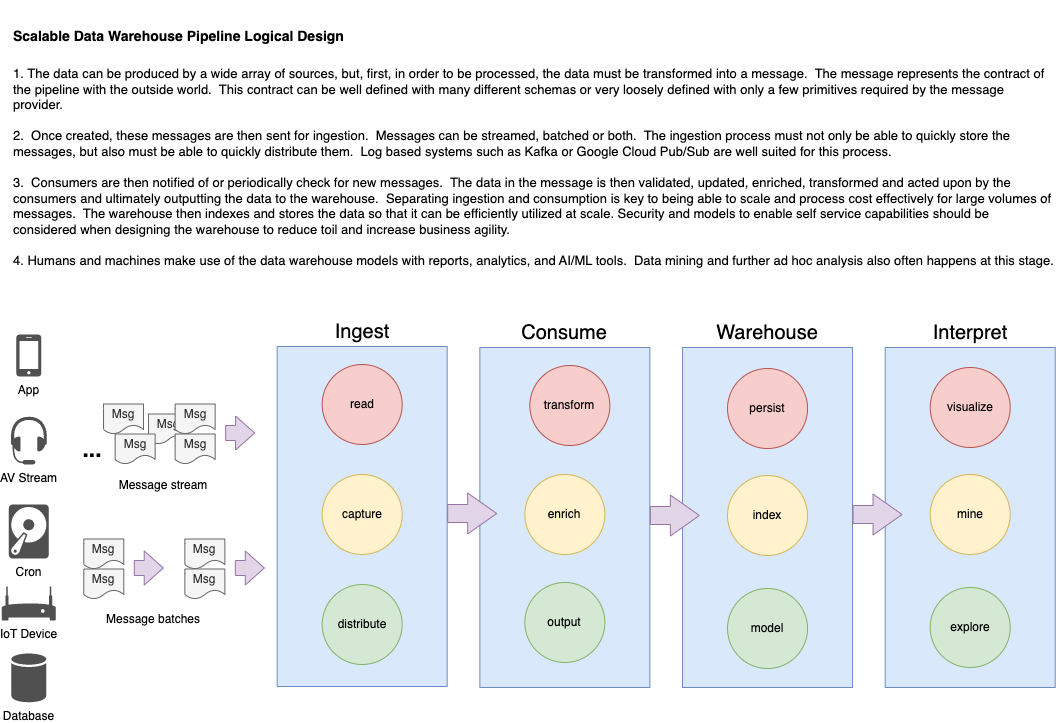
Earlier version of the draw.io export message-oriented-architecture/Scalable Data Warehouse Pipeline Logical Design.png (wstueve/ai-ml). Source tidied: cells renumbered, new cells last; positions are measured from the earlier drawing's top-left corner, leaving out a move shared by most shapes.
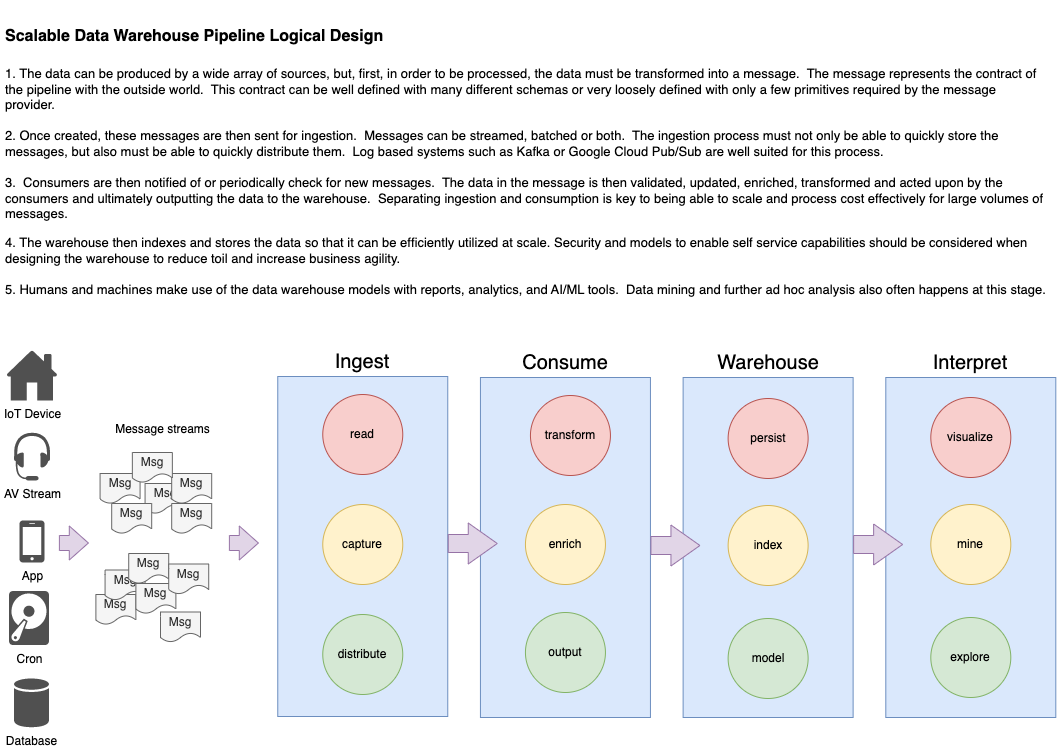
The same file after the commit.

Diff of the diagram source:
```diff
@@ -3,142 +3,139 @@
     <mxCell id="0" />
     <mxCell id="1" parent="0" />
     <mxCell id="2" value="Consume" style="rounded=0;whiteSpace=wrap;html=1;fillColor=#dae8fc;strokeColor=#6c8ebf;labelPosition=center;verticalLabelPosition=top;align=center;verticalAlign=bottom;fontStyle=0;fontSize=20;" parent="1" vertex="1">
-      <mxGeometry x="478.4" y="337" width="170" height="340" as="geometry" />
+      <mxGeometry x="481.9" y="367" width="170" height="340" as="geometry" />
     </mxCell>
     <mxCell id="3" value="Warehouse" style="rounded=0;whiteSpace=wrap;html=1;fillColor=#dae8fc;strokeColor=#6c8ebf;labelPosition=center;verticalLabelPosition=top;align=center;verticalAlign=bottom;fontStyle=0;fontSize=20;" parent="1" vertex="1">
-      <mxGeometry x="681" y="337" width="170" height="340" as="geometry" />
+      <mxGeometry x="684.6" y="367" width="170" height="340" as="geometry" />
     </mxCell>
     <mxCell id="4" value="Interpret" style="rounded=0;whiteSpace=wrap;html=1;fillColor=#dae8fc;strokeColor=#6c8ebf;labelPosition=center;verticalLabelPosition=top;align=center;verticalAlign=bottom;fontStyle=0;fontSize=20;" parent="1" vertex="1">
-      <mxGeometry x="883.7" y="337" width="170" height="340" as="geometry" />
+      <mxGeometry x="887.3" y="367" width="170" height="340" as="geometry" />
     </mxCell>
     <mxCell id="5" value="Ingest" style="rounded=0;whiteSpace=wrap;html=1;fillColor=#dae8fc;strokeColor=#6c8ebf;labelPosition=center;verticalLabelPosition=top;align=center;verticalAlign=bottom;fontStyle=0;fontSize=20;" parent="1" vertex="1">
-      <mxGeometry x="275.7" y="336" width="170" height="340" as="geometry" />
+      <mxGeometry x="279.3" y="366" width="170" height="340" as="geometry" />
     </mxCell>
     <mxCell id="6" value="read" style="ellipse;whiteSpace=wrap;html=1;fillColor=#f8cecc;strokeColor=#b85450;" parent="1" vertex="1">
-      <mxGeometry x="320.7" y="354" width="80" height="80" as="geometry" />
+      <mxGeometry x="324.3" y="384" width="80" height="80" as="geometry" />
     </mxCell>
     <mxCell id="7" value="capture" style="ellipse;whiteSpace=wrap;html=1;fillColor=#fff2cc;strokeColor=#d6b656;" parent="1" vertex="1">
-      <mxGeometry x="320.7" y="464" width="80" height="80" as="geometry" />
+      <mxGeometry x="324.3" y="494" width="80" height="80" as="geometry" />
     </mxCell>
     <mxCell id="8" value="distribute" style="ellipse;whiteSpace=wrap;html=1;fillColor=#d5e8d4;strokeColor=#82b366;" parent="1" vertex="1">
-      <mxGeometry x="320.7" y="574" width="80" height="80" as="geometry" />
+      <mxGeometry x="324.3" y="604" width="80" height="80" as="geometry" />
     </mxCell>
-    <mxCell id="9" value="IoT Device" style="sketch=0;shadow=0;dashed=0;html=1;strokeColor=none;fillColor=#505050;labelPosition=center;verticalLabelPosition=bottom;verticalAlign=top;align=center;shape=mxgraph.office.devices.modem;" parent="1" vertex="1">
-      <mxGeometry x="0.3" y="576" width="54" height="34" as="geometry" />
-    </mxCell>
     <mxCell id="10" value="Cron" style="sketch=0;shadow=0;dashed=0;html=1;strokeColor=none;fillColor=#505050;labelPosition=center;verticalLabelPosition=bottom;verticalAlign=top;align=center;shape=mxgraph.office.devices.hard_disk;" parent="1" vertex="1">
-      <mxGeometry x="7.3" y="494" width="40" height="54" as="geometry" />
+      <mxGeometry x="10.5" y="580.5" width="40" height="54" as="geometry" />
     </mxCell>
     <mxCell id="11" value="App" style="sketch=0;shadow=0;dashed=0;html=1;strokeColor=none;fillColor=#505050;labelPosition=center;verticalLabelPosition=bottom;verticalAlign=top;align=center;shape=mxgraph.office.devices.cell_phone_iphone_standalone;" parent="1" vertex="1">
-      <mxGeometry x="14.8" y="324" width="25" height="42" as="geometry" />
+      <mxGeometry x="21" y="510" width="25" height="42" as="geometry" />
     </mxCell>
     <mxCell id="12" value="AV Stream" style="sketch=0;shadow=0;dashed=0;html=1;strokeColor=none;fillColor=#505050;labelPosition=center;verticalLabelPosition=bottom;verticalAlign=top;align=center;shape=mxgraph.office.devices.headset;" parent="1" vertex="1">
-      <mxGeometry x="9.3" y="406" width="36" height="48" as="geometry" />
+      <mxGeometry x="15.5" y="422" width="36" height="48" as="geometry" />
     </mxCell>
     <mxCell id="13" value="transform" style="ellipse;whiteSpace=wrap;html=1;fillColor=#f8cecc;strokeColor=#b85450;" parent="1" vertex="1">
-      <mxGeometry x="528.3" y="355" width="80" height="80" as="geometry" />
+      <mxGeometry x="531.9" y="385" width="80" height="80" as="geometry" />
     </mxCell>
     <mxCell id="14" value="enrich" style="ellipse;whiteSpace=wrap;html=1;fillColor=#fff2cc;strokeColor=#d6b656;" parent="1" vertex="1">
-      <mxGeometry x="523.3" y="464" width="80" height="80" as="geometry" />
+      <mxGeometry x="526.9" y="494" width="80" height="80" as="geometry" />
     </mxCell>
     <mxCell id="15" value="output" style="ellipse;whiteSpace=wrap;html=1;fillColor=#d5e8d4;strokeColor=#82b366;" parent="1" vertex="1">
-      <mxGeometry x="523.3" y="572" width="80" height="80" as="geometry" />
+      <mxGeometry x="526.9" y="602" width="80" height="80" as="geometry" />
     </mxCell>
     <mxCell id="16" value="persist" style="ellipse;whiteSpace=wrap;html=1;fillColor=#f8cecc;strokeColor=#b85450;" parent="1" vertex="1">
-      <mxGeometry x="726" y="358" width="80" height="80" as="geometry" />
+      <mxGeometry x="729.6" y="388" width="80" height="80" as="geometry" />
     </mxCell>
     <mxCell id="17" value="index" style="ellipse;whiteSpace=wrap;html=1;fillColor=#fff2cc;strokeColor=#d6b656;" parent="1" vertex="1">
-      <mxGeometry x="726" y="465" width="80" height="80" as="geometry" />
+      <mxGeometry x="729.6" y="495" width="80" height="80" as="geometry" />
     </mxCell>
     <mxCell id="18" value="model" style="ellipse;whiteSpace=wrap;html=1;fillColor=#d5e8d4;strokeColor=#82b366;" parent="1" vertex="1">
-      <mxGeometry x="726" y="578" width="80" height="80" as="geometry" />
+      <mxGeometry x="729.6" y="608" width="80" height="80" as="geometry" />
     </mxCell>
     <mxCell id="19" value="visualize" style="ellipse;whiteSpace=wrap;html=1;fillColor=#f8cecc;strokeColor=#b85450;" parent="1" vertex="1">
-      <mxGeometry x="928.7" y="357" width="80" height="80" as="geometry" />
+      <mxGeometry x="932.3" y="387" width="80" height="80" as="geometry" />
     </mxCell>
     <mxCell id="20" value="mine" style="ellipse;whiteSpace=wrap;html=1;fillColor=#fff2cc;strokeColor=#d6b656;" parent="1" vertex="1">
-      <mxGeometry x="928.7" y="464" width="80" height="80" as="geometry" />
+      <mxGeometry x="932.3" y="494" width="80" height="80" as="geometry" />
     </mxCell>
     <mxCell id="21" value="explore" style="ellipse;whiteSpace=wrap;html=1;fillColor=#d5e8d4;strokeColor=#82b366;" parent="1" vertex="1">
-      <mxGeometry x="928.7" y="577" width="80" height="80" as="geometry" />
+      <mxGeometry x="932.3" y="607" width="80" height="80" as="geometry" />
     </mxCell>
     <mxCell id="22" value="Database" style="sketch=0;shadow=0;dashed=0;html=1;strokeColor=none;fillColor=#505050;labelPosition=center;verticalLabelPosition=bottom;verticalAlign=top;align=center;shape=mxgraph.office.databases.database;" parent="1" vertex="1">
-      <mxGeometry x="9.8" y="643" width="35" height="49" as="geometry" />
+      <mxGeometry x="15.5" y="668" width="35" height="49" as="geometry" />
     </mxCell>
-    <mxCell id="23" value="&lt;h1 style=&quot;&quot;&gt;&lt;font style=&quot;font-size: 14px;&quot;&gt;Scalable Data Warehouse Pipeline Logical Design&lt;/font&gt;&lt;/h1&gt;&lt;p style=&quot;font-size: 13px;&quot;&gt;1. The data can be produced by a wide array of sources, but, first, in order to be processed, the data must be transformed into a message.&amp;nbsp; The message represents the contract of the pipeline with the outside world.&amp;nbsp; This contract can be well defined with many different schemas or very loosely defined with only a few primitives required by the message provider.&amp;nbsp; &lt;br style=&quot;font-size: 13px;&quot;&gt;&lt;br style=&quot;font-size: 13px;&quot;&gt;2.&amp;nbsp; Once created, these messages are then sent for ingestion.&amp;nbsp; Messages can be streamed, batched or both.&amp;nbsp; The ingestion process must not only be able to quickly store the messages, but also must be able to quickly distribute them.&amp;nbsp; Log based systems such as Kafka or Google Cloud Pub/Sub are well suited for this process.&amp;nbsp; &lt;br style=&quot;font-size: 13px;&quot;&gt;&lt;br style=&quot;font-size: 13px;&quot;&gt;3.&amp;nbsp; Consumers are then notified of or periodically check for new messages.&amp;nbsp; The data in the message is then validated, updated, enriched, transformed and acted upon by the consumers and ultimately outputting the data to the warehouse.&amp;nbsp; Separating ingestion and consumption is key to being able to scale and process cost effectively for large volumes of messages.&amp;nbsp; The warehouse then indexes and stores the data so that it can be efficiently utilized at scale. Security and models to enable self service capabilities should be considered when designing the warehouse to reduce toil and increase business agility.&lt;br style=&quot;font-size: 13px;&quot;&gt;&lt;br style=&quot;font-size: 13px;&quot;&gt;4. Humans and machines make use of the data warehouse models with reports, analytics, and AI/ML tools.&amp;nbsp; Data mining and further ad hoc analysis also often happens at this stage.&lt;br style=&quot;font-size: 13px;&quot;&gt;&lt;/p&gt;" style="text;html=1;strokeColor=none;fillColor=none;spacing=5;spacingTop=-20;whiteSpace=wrap;overflow=hidden;rounded=0;fontSize=13;" parent="1" vertex="1">
-      <mxGeometry x="7.3" width="1050" height="280" as="geometry" />
+    <mxCell id="23" value="&lt;h1 style=&quot;&quot;&gt;&lt;font style=&quot;font-size: 16px;&quot;&gt;Scalable Data Warehouse Pipeline Logical Design&lt;/font&gt;&lt;/h1&gt;&lt;p style=&quot;font-size: 13px;&quot;&gt;1. The data can be produced by a wide array of sources, but, first, in order to be processed, the data must be transformed into a message.&amp;nbsp; The message represents the contract of the pipeline with the outside world.&amp;nbsp; This contract can be well defined with many different schemas or very loosely defined with only a few primitives required by the message provider.&amp;nbsp; &lt;br style=&quot;font-size: 13px;&quot;&gt;&lt;br style=&quot;font-size: 13px;&quot;&gt;2. Once created, these messages are then sent for ingestion.&amp;nbsp; Messages can be streamed, batched or both.&amp;nbsp; The ingestion process must not only be able to quickly store the messages, but also must be able to quickly distribute them.&amp;nbsp; Log based systems such as Kafka or Google Cloud Pub/Sub are well suited for this process.&amp;nbsp; &lt;br style=&quot;font-size: 13px;&quot;&gt;&lt;br style=&quot;font-size: 13px;&quot;&gt;3.&amp;nbsp; Consumers are then notified of or periodically check for new messages.&amp;nbsp; The data in the message is then validated, updated, enriched, transformed and acted upon by the consumers and ultimately outputting the data to the warehouse.&amp;nbsp; Separating ingestion and consumption is key to being able to scale and process cost effectively for large volumes of messages.&amp;nbsp;&amp;nbsp;&lt;/p&gt;&lt;p style=&quot;font-size: 13px;&quot;&gt;4. The warehouse then indexes and stores the data so that it can be efficiently utilized at scale. Security and models to enable self service capabilities should be considered when designing the warehouse to reduce toil and increase business agility.&lt;br style=&quot;font-size: 13px;&quot;&gt;&lt;br style=&quot;font-size: 13px;&quot;&gt;5. Humans and machines make use of the data warehouse models with reports, analytics, and AI/ML tools.&amp;nbsp; Data mining and further ad hoc analysis also often happens at this stage.&lt;br style=&quot;font-size: 13px;&quot;&gt;&lt;/p&gt;" style="text;html=1;strokeColor=none;fillColor=none;spacing=5;spacingTop=-20;whiteSpace=wrap;overflow=hidden;rounded=0;fontSize=13;" parent="1" vertex="1">
+      <mxGeometry x="2" width="1055.3" height="304" as="geometry" />
     </mxCell>
-    <mxCell id="24" value="Message stream" style="text;html=1;strokeColor=none;fillColor=none;align=center;verticalAlign=middle;whiteSpace=wrap;rounded=0;" parent="1" vertex="1">
-      <mxGeometry x="82.3" y="465" width="160" height="20" as="geometry" />
+    <mxCell id="24" value="Message streams" style="text;html=1;strokeColor=none;fillColor=none;align=center;verticalAlign=middle;whiteSpace=wrap;rounded=0;" parent="1" vertex="1">
+      <mxGeometry x="97.4" y="409" width="135.4" height="20" as="geometry" />
     </mxCell>
-    <mxCell id="25" value="Message batches" style="text;html=1;strokeColor=none;fillColor=none;align=center;verticalAlign=middle;whiteSpace=wrap;rounded=0;" parent="1" vertex="1">
-      <mxGeometry x="57.3" y="598.5" width="190" height="20" as="geometry" />
-    </mxCell>
     <mxCell id="26" value="Msg" style="shape=document;whiteSpace=wrap;html=1;boundedLbl=1;fillColor=#f5f5f5;fontColor=#333333;strokeColor=#666666;" parent="1" vertex="1">
-      <mxGeometry x="147" y="403.5" width="40" height="30" as="geometry" />
+      <mxGeometry x="146.6" y="473" width="40" height="30" as="geometry" />
     </mxCell>
     <mxCell id="27" style="shape=flexArrow;endArrow=classic;html=1;rounded=0;fillColor=#e1d5e7;strokeColor=#9673a6;endWidth=22;endSize=9.33;width=18;labelBackgroundColor=none;" parent="1" edge="1">
       <mxGeometry x="0.03" relative="1" as="geometry">
-        <mxPoint x="445.7" y="503" as="sourcePoint" />
-        <mxPoint x="495.7" y="503" as="targetPoint" />
+        <mxPoint x="449.3" y="533" as="sourcePoint" />
+        <mxPoint x="499.3" y="533" as="targetPoint" />
       </mxGeometry>
     </mxCell>
     <mxCell id="28" style="shape=flexArrow;endArrow=classic;html=1;rounded=0;fillColor=#e1d5e7;strokeColor=#9673a6;endWidth=22;endSize=9.33;width=18;labelBackgroundColor=none;" parent="1" edge="1">
       <mxGeometry x="0.03" relative="1" as="geometry">
-        <mxPoint x="648.3" y="505" as="sourcePoint" />
-        <mxPoint x="698.3" y="505" as="targetPoint" />
+        <mxPoint x="651.9" y="535" as="sourcePoint" />
+        <mxPoint x="701.9" y="535" as="targetPoint" />
       </mxGeometry>
     </mxCell>
     <mxCell id="29" style="shape=flexArrow;endArrow=classic;html=1;rounded=0;fillColor=#e1d5e7;strokeColor=#9673a6;endWidth=22;endSize=9.33;width=18;labelBackgroundColor=none;" parent="1" edge="1">
       <mxGeometry x="0.03" relative="1" as="geometry">
-        <mxPoint x="851" y="504" as="sourcePoint" />
-        <mxPoint x="901" y="504" as="targetPoint" />
+        <mxPoint x="854.6" y="534" as="sourcePoint" />
+        <mxPoint x="904.6" y="534" as="targetPoint" />
       </mxGeometry>
     </mxCell>
     <mxCell id="30" value="Msg" style="shape=document;whiteSpace=wrap;html=1;boundedLbl=1;fillColor=#f5f5f5;fontColor=#333333;strokeColor=#666666;" parent="1" vertex="1">
-      <mxGeometry x="113.7" y="423.5" width="40" height="30" as="geometry" />
+      <mxGeometry x="113.2" y="493" width="40" height="30" as="geometry" />
     </mxCell>
     <mxCell id="31" value="Msg" style="shape=document;whiteSpace=wrap;html=1;boundedLbl=1;fillColor=#f5f5f5;fontColor=#333333;strokeColor=#666666;" parent="1" vertex="1">
-      <mxGeometry x="102" y="393.5" width="40" height="30" as="geometry" />
+      <mxGeometry x="101.6" y="463" width="40" height="30" as="geometry" />
     </mxCell>
     <mxCell id="32" value="Msg" style="shape=document;whiteSpace=wrap;html=1;boundedLbl=1;fillColor=#f5f5f5;fontColor=#333333;strokeColor=#666666;" parent="1" vertex="1">
-      <mxGeometry x="173.7" y="423.5" width="40" height="30" as="geometry" />
+      <mxGeometry x="173.2" y="493" width="40" height="30" as="geometry" />
     </mxCell>
     <mxCell id="33" value="Msg" style="shape=document;whiteSpace=wrap;html=1;boundedLbl=1;fillColor=#f5f5f5;fontColor=#333333;strokeColor=#666666;" parent="1" vertex="1">
-      <mxGeometry x="173.7" y="393.5" width="40" height="30" as="geometry" />
+      <mxGeometry x="173.2" y="463" width="40" height="30" as="geometry" />
     </mxCell>
     <mxCell id="34" style="shape=flexArrow;endArrow=classic;html=1;rounded=0;fillColor=#e1d5e7;strokeColor=#9673a6;endWidth=18;endSize=6.03;width=15;labelBackgroundColor=none;" parent="1" edge="1">
       <mxGeometry x="0.03" relative="1" as="geometry">
-        <mxPoint x="223.7" y="422.5" as="sourcePoint" />
-        <mxPoint x="253.7" y="422.5" as="targetPoint" />
+        <mxPoint x="230.4" y="532.5" as="sourcePoint" />
+        <mxPoint x="260.4" y="532.5" as="targetPoint" />
       </mxGeometry>
     </mxCell>
     <mxCell id="35" value="Msg" style="shape=document;whiteSpace=wrap;html=1;boundedLbl=1;fillColor=#f5f5f5;fontColor=#333333;strokeColor=#666666;" parent="1" vertex="1">
-      <mxGeometry x="82.3" y="558.5" width="40" height="30" as="geometry" />
+      <mxGeometry x="97.4" y="584" width="40" height="30" as="geometry" />
     </mxCell>
     <mxCell id="36" value="Msg" style="shape=document;whiteSpace=wrap;html=1;boundedLbl=1;fillColor=#f5f5f5;fontColor=#333333;strokeColor=#666666;" parent="1" vertex="1">
-      <mxGeometry x="82.3" y="528.5" width="40" height="30" as="geometry" />
+      <mxGeometry x="106.6" y="559.5" width="40" height="30" as="geometry" />
     </mxCell>
-    <mxCell id="37" style="shape=flexArrow;endArrow=classic;html=1;rounded=0;fillColor=#e1d5e7;strokeColor=#9673a6;endWidth=18;endSize=6.03;width=15;labelBackgroundColor=none;" parent="1" edge="1">
-      <mxGeometry x="0.03" relative="1" as="geometry">
-        <mxPoint x="132.3" y="557.5" as="sourcePoint" />
-        <mxPoint x="162.3" y="557.5" as="targetPoint" />
-      </mxGeometry>
-    </mxCell>
     <mxCell id="38" value="Msg" style="shape=document;whiteSpace=wrap;html=1;boundedLbl=1;fillColor=#f5f5f5;fontColor=#333333;strokeColor=#666666;" parent="1" vertex="1">
-      <mxGeometry x="183.3" y="558.5" width="40" height="30" as="geometry" />
+      <mxGeometry x="162" y="601.5" width="40" height="30" as="geometry" />
     </mxCell>
     <mxCell id="39" value="Msg" style="shape=document;whiteSpace=wrap;html=1;boundedLbl=1;fillColor=#f5f5f5;fontColor=#333333;strokeColor=#666666;" parent="1" vertex="1">
-      <mxGeometry x="183.3" y="528.5" width="40" height="30" as="geometry" />
+      <mxGeometry x="137.4" y="573" width="40" height="30" as="geometry" />
     </mxCell>
-    <mxCell id="40" style="shape=flexArrow;endArrow=classic;html=1;rounded=0;fillColor=#e1d5e7;strokeColor=#9673a6;endWidth=18;endSize=6.03;width=15;labelBackgroundColor=none;" parent="1" edge="1">
-      <mxGeometry x="0.03" relative="1" as="geometry">
-        <mxPoint x="233.3" y="557.5" as="sourcePoint" />
-        <mxPoint x="263.3" y="557.5" as="targetPoint" />
-      </mxGeometry>
-    </mxCell>
-    <mxCell id="41" value="..." style="text;html=1;strokeColor=none;fillColor=none;align=center;verticalAlign=middle;whiteSpace=wrap;rounded=0;fontStyle=1;fontSize=23;" parent="1" vertex="1">
-      <mxGeometry x="72.3" y="428.5" width="38.4" height="20" as="geometry" />
-    </mxCell>
+    <mxCell id="9" value="IoT Device" style="sketch=0;shadow=0;dashed=0;html=1;strokeColor=none;fillColor=#505050;labelPosition=center;verticalLabelPosition=bottom;verticalAlign=top;align=center;shape=mxgraph.office.concepts.home;" parent="1" vertex="1">
+      <mxGeometry x="8" y="340" width="51" height="50" as="geometry" />
+    </mxCell>
+    <mxCell id="42" style="shape=flexArrow;endArrow=classic;html=1;rounded=0;fillColor=#e1d5e7;strokeColor=#9673a6;endWidth=18;endSize=6.03;width=15;labelBackgroundColor=none;" parent="1" edge="1">
+      <mxGeometry x="0.03" relative="1" as="geometry">
+        <mxPoint x="60.4" y="532.5" as="sourcePoint" />
+        <mxPoint x="90.4" y="532.5" as="targetPoint" />
+      </mxGeometry>
+    </mxCell>
+    <mxCell id="43" value="Msg" style="shape=document;whiteSpace=wrap;html=1;boundedLbl=1;fillColor=#f5f5f5;fontColor=#333333;strokeColor=#666666;" parent="1" vertex="1">
+      <mxGeometry x="133.9" y="442" width="40" height="30" as="geometry" />
+    </mxCell>
+    <mxCell id="44" value="Msg" style="shape=document;whiteSpace=wrap;html=1;boundedLbl=1;fillColor=#f5f5f5;fontColor=#333333;strokeColor=#666666;" parent="1" vertex="1">
+      <mxGeometry x="130.2" y="543" width="40" height="30" as="geometry" />
+    </mxCell>
+    <mxCell id="45" value="Msg" style="shape=document;whiteSpace=wrap;html=1;boundedLbl=1;fillColor=#f5f5f5;fontColor=#333333;strokeColor=#666666;" parent="1" vertex="1">
+      <mxGeometry x="170.2" y="553.5" width="40" height="30" as="geometry" />
+    </mxCell>
   </root>
 </mxGraphModel>
```
